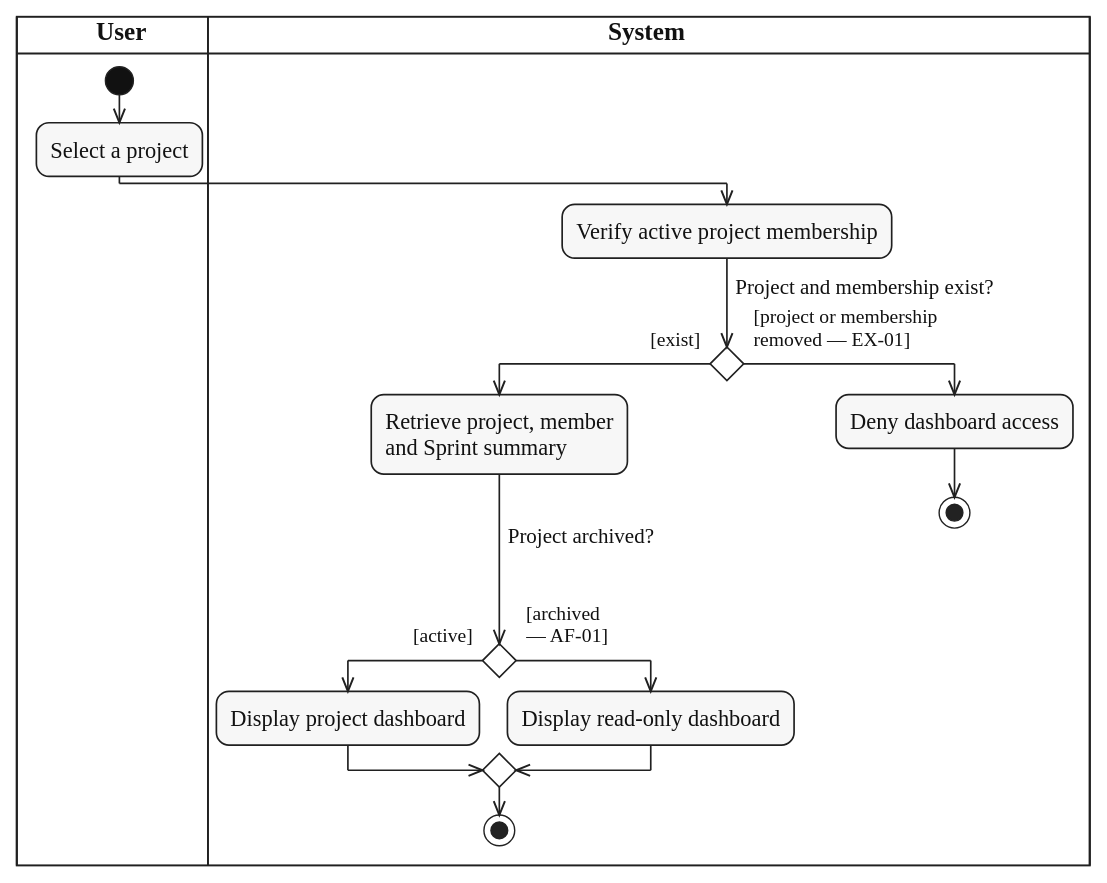
The PlantUML diagram diagrams/activity/project-membership/svg/UC-PROJECT-DASHBOARD-VIEW.svg in lukenab/swd392-doc-automation, before a commit. Its source is kept beside it as diagrams/activity/project-membership/source/UC-PROJECT-DASHBOARD-VIEW.puml.
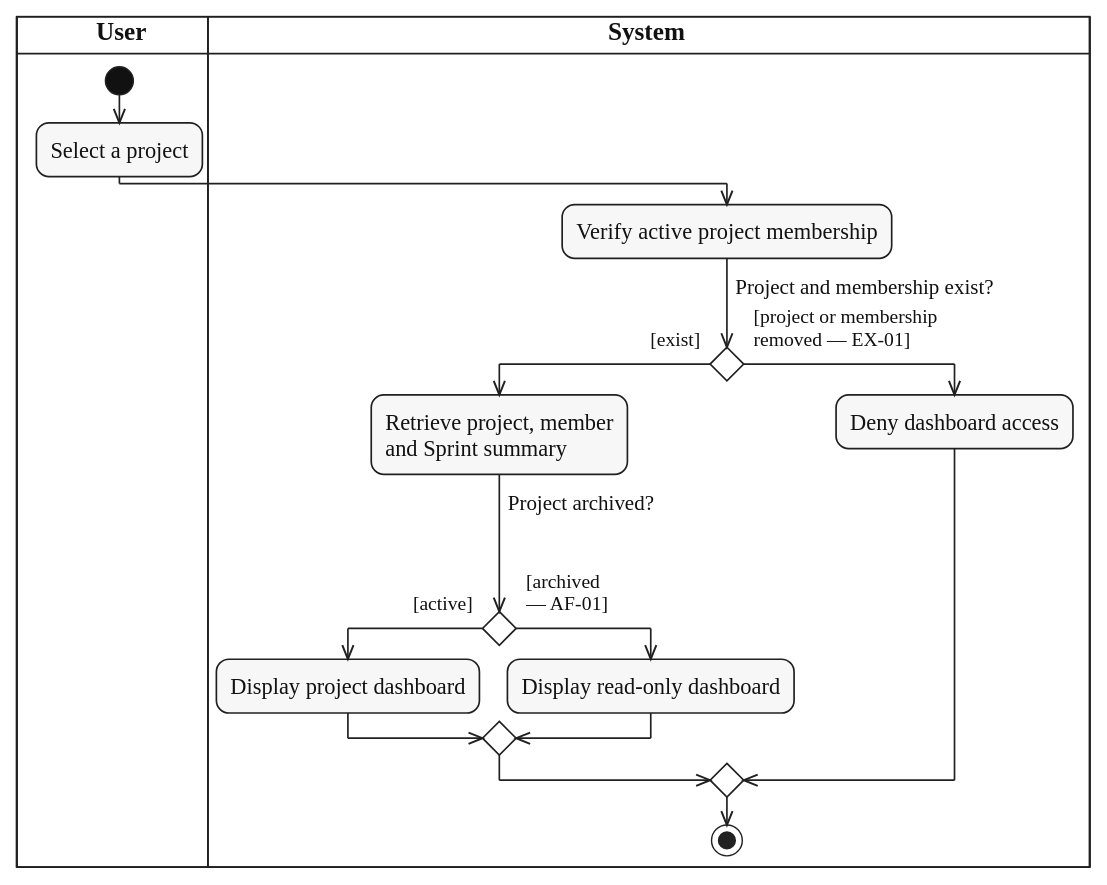
Later version of the same file.

The edit, as a diff of the source:
```diff
@@ -17,10 +17,10 @@
   else ($guard_right("[archived", "— AF-01]"))
     :Display read-only dashboard;
   endif
-  stop
 else ($guard_right("[project or membership", "removed — EX-01]"))
   |SYS|
   :Deny dashboard access;
-  stop
 endif
+|SYS|
+stop
 @enduml
```
